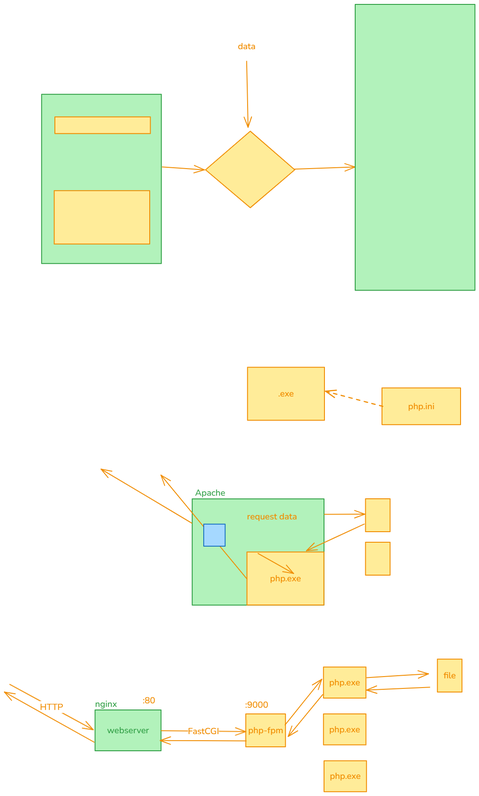
This is img/01.intro.excalidraw.png from silvercodes/P23_web_diploma, a Excalidraw export, as it was before one commit. Source tidied: one line per element, renumbered; positions are measured from the earlier drawing's top-left corner, leaving out a move shared by most shapes.
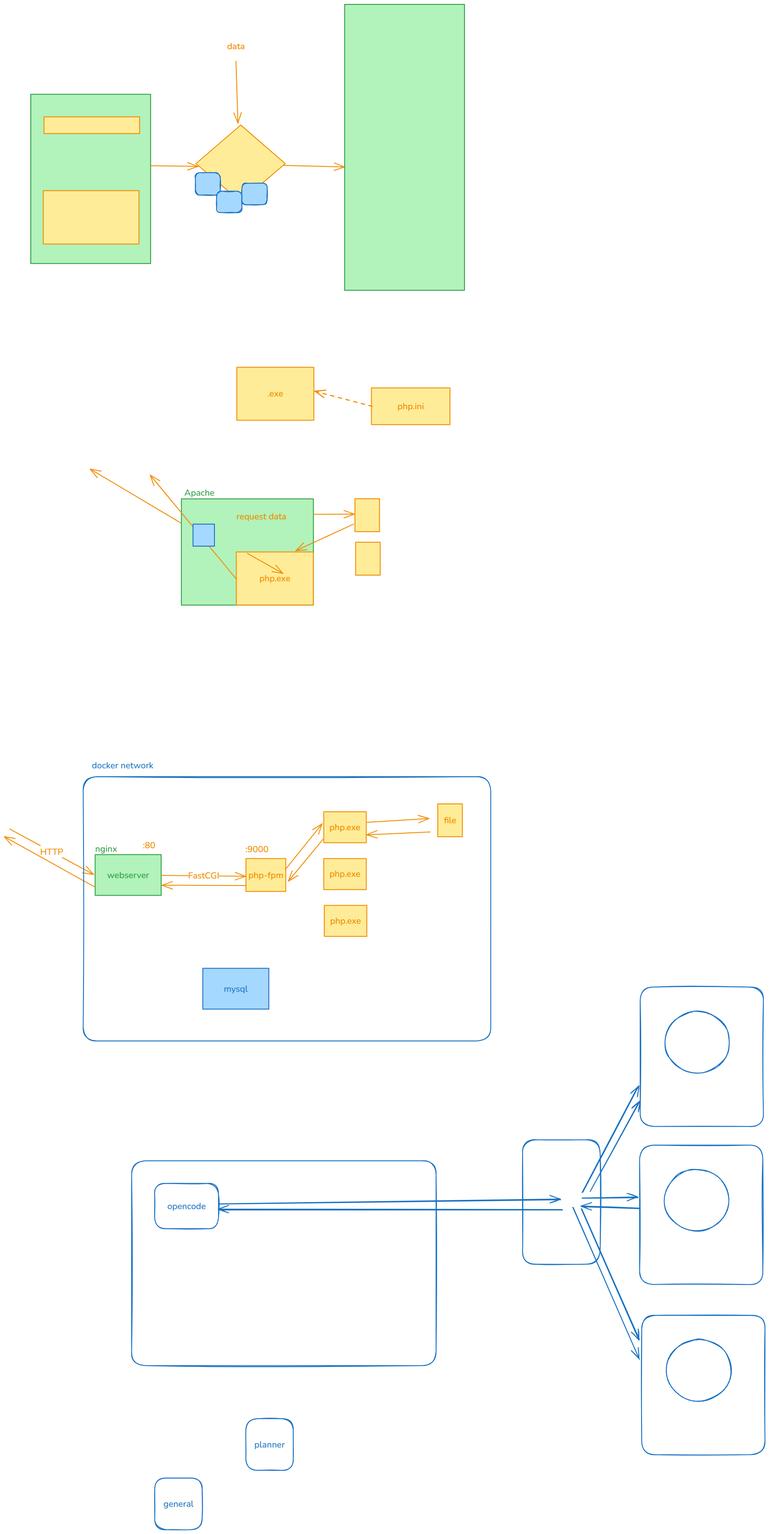
Above is the later version.

The edit, as a diff of the source:
```diff
@@ -3,7 +3,7 @@
 {"id": 2, "type": "rectangle", "strokeColor": "#f08c00", "backgroundColor": "#ffec99", "fillStyle": "solid", "strokeWidth": 2, "roughness": 0, "x": 113, "y": 424, "width": 218, "height": 121}
-{"id": 3, "type": "diamond", "strokeColor": "#f08c00", "backgroundColor": "#ffec99", "fillStyle": "solid", "strokeWidth": 2, "roughness": 0, "x": 458, "y": 289, "width": 203, "height": 174}
+{"id": 3, "type": "diamond", "strokeColor": "#f08c00", "backgroundColor": "#ffec99", "fillStyle": "solid", "strokeWidth": 2, "roughness": 0, "x": 461, "y": 275, "width": 203, "height": 174}
-{"id": 4, "type": "arrow", "strokeColor": "#f08c00", "backgroundColor": "#ffec99", "fillStyle": "solid", "strokeWidth": 2, "roughness": 0, "endArrowhead": "arrow", "round": true, "from": 0, "to": 3, "x": 360, "y": 370, "width": 96, "height": 7, "points": [[0, 0], [96, 7]]}
+{"id": 4, "type": "arrow", "strokeColor": "#f08c00", "backgroundColor": "#ffec99", "fillStyle": "solid", "strokeWidth": 2, "roughness": 0, "endArrowhead": "arrow", "round": true, "from": 0, "to": 3, "x": 359, "y": 368, "width": 107, "height": 2, "points": [[0, 0], [107, 2]]}
-{"id": 5, "type": "arrow", "strokeColor": "#f08c00", "backgroundColor": "#ffec99", "fillStyle": "solid", "strokeWidth": 2, "roughness": 0, "endArrowhead": "arrow", "round": true, "to": 3, "x": 552, "y": 130, "width": 3, "height": 150, "points": [[0, 0], [3, 150]]}
+{"id": 5, "type": "arrow", "strokeColor": "#f08c00", "backgroundColor": "#ffec99", "fillStyle": "solid", "strokeWidth": 2, "roughness": 0, "endArrowhead": "arrow", "round": true, "to": 3, "x": 552, "y": 130, "width": 4, "height": 141, "points": [[0, 0], [4, 141]]}
 {"id": 6, "type": "text", "text": "data", "strokeColor": "#f08c00", "backgroundColor": "#ffec99", "fillStyle": "solid", "strokeWidth": 2, "roughness": 0, "fontSize": 20, "fontFamily": 6, "x": 532, "y": 82, "width": 40, "height": 27}
-{"id": 7, "type": "arrow", "strokeColor": "#f08c00", "backgroundColor": "#ffec99", "fillStyle": "solid", "strokeWidth": 2, "roughness": 0, "endArrowhead": "arrow", "round": true, "from": 3, "x": 660, "y": 375, "width": 139, "height": 5, "points": [[0, 0], [139, -5]]}
+{"id": 7, "type": "arrow", "strokeColor": "#f08c00", "backgroundColor": "#ffec99", "fillStyle": "solid", "strokeWidth": 2, "roughness": 0, "endArrowhead": "arrow", "round": true, "from": 3, "x": 660, "y": 367, "width": 139, "height": 4, "points": [[0, 0], [139, 4]]}
 {"id": 8, "type": "rectangle", "strokeColor": "#2f9e44", "backgroundColor": "#b2f2bb", "fillStyle": "solid", "strokeWidth": 2, "roughness": 0, "x": 799, "y": 0, "width": 273, "height": 651}
@@ -16,3 +16,3 @@
 {"id": 15, "type": "rectangle", "strokeColor": "#f08c00", "backgroundColor": "#ffec99", "fillStyle": "solid", "strokeWidth": 2, "roughness": 0, "x": 823, "y": 1126, "width": 56, "height": 75}
-{"id": 16, "type": "rectangle", "strokeColor": "#f08c00", "backgroundColor": "#ffec99", "fillStyle": "solid", "strokeWidth": 2, "roughness": 0, "x": 823, "y": 1225, "width": 56, "height": 75}
+{"id": 16, "type": "rectangle", "strokeColor": "#f08c00", "backgroundColor": "#ffec99", "fillStyle": "solid", "strokeWidth": 2, "roughness": 0, "x": 824, "y": 1225, "width": 56, "height": 75}
 {"id": 17, "type": "arrow", "strokeColor": "#f08c00", "backgroundColor": "#ffec99", "fillStyle": "solid", "strokeWidth": 2, "roughness": 0, "endArrowhead": "arrow", "round": true, "from": 11, "to": 15, "x": 729, "y": 1161, "width": 92, "height": 0, "points": [[0, 0], [92, 0]]}
@@ -24,25 +24,25 @@
 {"id": 23, "type": "text", "text": "request data", "strokeColor": "#f08c00", "backgroundColor": "#a5d8ff", "fillStyle": "solid", "strokeWidth": 2, "roughness": 0, "fontSize": 20, "fontFamily": 6, "x": 553, "y": 1153, "width": 114, "height": 27}
-{"id": 24, "type": "rectangle", "strokeColor": "#2f9e44", "backgroundColor": "#b2f2bb", "fillStyle": "solid", "strokeWidth": 2, "roughness": 0, "x": 207, "y": 1607, "width": 150, "height": 93}
-{"id": 25, "type": "text", "text": "webserver", "strokeColor": "#2f9e44", "backgroundColor": "#a5d8ff", "fillStyle": "solid", "strokeWidth": 2, "roughness": 0, "fontSize": 20, "fontFamily": 6, "textAlign": "center", "verticalAlign": "middle", "inside": 24, "x": 234, "y": 1640, "width": 96, "height": 27}
+{"id": 52, "type": "rectangle", "strokeColor": "#2f9e44", "backgroundColor": "#b2f2bb", "fillStyle": "solid", "strokeWidth": 2, "roughness": 0, "x": 231, "y": 1937, "width": 150, "height": 93}
+{"id": 53, "type": "text", "text": "webserver", "strokeColor": "#2f9e44", "backgroundColor": "#a5d8ff", "fillStyle": "solid", "strokeWidth": 2, "roughness": 0, "fontSize": 20, "fontFamily": 6, "textAlign": "center", "verticalAlign": "middle", "inside": 52, "x": 259, "y": 1970, "width": 96, "height": 27}
-{"id": 26, "type": "text", "text": "nginx", "strokeColor": "#2f9e44", "backgroundColor": "#a5d8ff", "fillStyle": "solid", "strokeWidth": 2, "roughness": 0, "fontSize": 20, "fontFamily": 6, "x": 207, "y": 1580, "width": 50, "height": 27}
+{"id": 26, "type": "text", "text": "nginx", "strokeColor": "#2f9e44", "backgroundColor": "#a5d8ff", "fillStyle": "solid", "strokeWidth": 2, "roughness": 0, "fontSize": 20, "fontFamily": 6, "x": 231, "y": 1910, "width": 50, "height": 27}
-{"id": 27, "type": "rectangle", "strokeColor": "#f08c00", "backgroundColor": "#ffec99", "fillStyle": "solid", "strokeWidth": 2, "roughness": 0, "x": 550, "y": 1616, "width": 91, "height": 75}
+{"id": 27, "type": "rectangle", "strokeColor": "#f08c00", "backgroundColor": "#ffec99", "fillStyle": "solid", "strokeWidth": 2, "roughness": 0, "x": 575, "y": 1946, "width": 91, "height": 75}
-{"id": 28, "type": "text", "text": "php-fpm", "strokeColor": "#f08c00", "backgroundColor": "#a5d8ff", "fillStyle": "solid", "strokeWidth": 2, "roughness": 0, "fontSize": 20, "fontFamily": 6, "textAlign": "center", "verticalAlign": "middle", "inside": 27, "x": 555, "y": 1640, "width": 80, "height": 27}
+{"id": 28, "type": "text", "text": "php-fpm", "strokeColor": "#f08c00", "backgroundColor": "#a5d8ff", "fillStyle": "solid", "strokeWidth": 2, "roughness": 0, "fontSize": 20, "fontFamily": 6, "textAlign": "center", "verticalAlign": "middle", "inside": 27, "x": 580, "y": 1970, "width": 80, "height": 27}
-{"id": 29, "type": "rectangle", "strokeColor": "#f08c00", "backgroundColor": "#ffec99", "fillStyle": "solid", "strokeWidth": 2, "roughness": 0, "x": 727, "y": 1509, "width": 97, "height": 71}
+{"id": 29, "type": "rectangle", "strokeColor": "#f08c00", "backgroundColor": "#ffec99", "fillStyle": "solid", "strokeWidth": 2, "roughness": 0, "x": 751, "y": 1839, "width": 97, "height": 71}
-{"id": 30, "type": "text", "text": "php.exe", "strokeColor": "#f08c00", "backgroundColor": "#ffec99", "fillStyle": "solid", "strokeWidth": 2, "roughness": 0, "fontSize": 20, "fontFamily": 6, "textAlign": "center", "verticalAlign": "middle", "inside": 29, "x": 740, "y": 1531, "width": 70, "height": 27}
+{"id": 30, "type": "text", "text": "php.exe", "strokeColor": "#f08c00", "backgroundColor": "#ffec99", "fillStyle": "solid", "strokeWidth": 2, "roughness": 0, "fontSize": 20, "fontFamily": 6, "textAlign": "center", "verticalAlign": "middle", "inside": 29, "x": 765, "y": 1861, "width": 70, "height": 27}
-{"id": 31, "type": "rectangle", "strokeColor": "#f08c00", "backgroundColor": "#ffec99", "fillStyle": "solid", "strokeWidth": 2, "roughness": 0, "x": 727, "y": 1616, "width": 97, "height": 71}
+{"id": 31, "type": "rectangle", "strokeColor": "#f08c00", "backgroundColor": "#ffec99", "fillStyle": "solid", "strokeWidth": 2, "roughness": 0, "x": 751, "y": 1946, "width": 97, "height": 71}
-{"id": 32, "type": "text", "text": "php.exe", "strokeColor": "#f08c00", "backgroundColor": "#ffec99", "fillStyle": "solid", "strokeWidth": 2, "roughness": 0, "fontSize": 20, "fontFamily": 6, "textAlign": "center", "verticalAlign": "middle", "inside": 31, "x": 740, "y": 1638, "width": 70, "height": 27}
+{"id": 32, "type": "text", "text": "php.exe", "strokeColor": "#f08c00", "backgroundColor": "#ffec99", "fillStyle": "solid", "strokeWidth": 2, "roughness": 0, "fontSize": 20, "fontFamily": 6, "textAlign": "center", "verticalAlign": "middle", "inside": 31, "x": 765, "y": 1967, "width": 70, "height": 27}
-{"id": 33, "type": "rectangle", "strokeColor": "#f08c00", "backgroundColor": "#ffec99", "fillStyle": "solid", "strokeWidth": 2, "roughness": 0, "x": 728, "y": 1723, "width": 97, "height": 71}
+{"id": 33, "type": "rectangle", "strokeColor": "#f08c00", "backgroundColor": "#ffec99", "fillStyle": "solid", "strokeWidth": 2, "roughness": 0, "x": 753, "y": 2052, "width": 97, "height": 71}
-{"id": 34, "type": "text", "text": "php.exe", "strokeColor": "#f08c00", "backgroundColor": "#ffec99", "fillStyle": "solid", "strokeWidth": 2, "roughness": 0, "fontSize": 20, "fontFamily": 6, "textAlign": "center", "verticalAlign": "middle", "inside": 33, "x": 741, "y": 1744, "width": 70, "height": 27}
+{"id": 34, "type": "text", "text": "php.exe", "strokeColor": "#f08c00", "backgroundColor": "#ffec99", "fillStyle": "solid", "strokeWidth": 2, "roughness": 0, "fontSize": 20, "fontFamily": 6, "textAlign": "center", "verticalAlign": "middle", "inside": 33, "x": 766, "y": 2074, "width": 70, "height": 27}
-{"id": 35, "type": "arrow", "strokeColor": "#f08c00", "backgroundColor": "#ffec99", "fillStyle": "solid", "strokeWidth": 2, "roughness": 0, "endArrowhead": "arrow", "round": true, "to": 24, "x": 12, "y": 1549, "width": 190, "height": 103, "points": [[0, 0], [190, 103]]}
+{"id": 35, "type": "arrow", "strokeColor": "#f08c00", "backgroundColor": "#ffec99", "fillStyle": "solid", "strokeWidth": 2, "roughness": 0, "endArrowhead": "arrow", "round": true, "to": 57, "x": 37, "y": 1878, "width": 190, "height": 103, "points": [[0, 0], [190, 103]]}
 {"id": 36, "type": "text", "text": "HTTP", "strokeColor": "#f08c00", "backgroundColor": "#ffec99", "fillStyle": "solid", "strokeWidth": 2, "roughness": 0, "fontSize": 20, "fontFamily": 6, "textAlign": "center", "verticalAlign": "middle", "inside": 35, "x": 81, "y": 1587, "width": 53, "height": 27}
-{"id": 37, "type": "arrow", "strokeColor": "#f08c00", "backgroundColor": "#ffec99", "fillStyle": "solid", "strokeWidth": 2, "roughness": 0, "endArrowhead": "arrow", "round": true, "from": 24, "to": 27, "x": 357, "y": 1654, "width": 193, "height": 2, "points": [[0, 0], [193, 2]]}
+{"id": 37, "type": "arrow", "strokeColor": "#f08c00", "backgroundColor": "#ffec99", "fillStyle": "solid", "strokeWidth": 2, "roughness": 0, "endArrowhead": "arrow", "round": true, "from": 52, "to": 27, "x": 383, "y": 1984, "width": 191, "height": 2, "points": [[0, 0], [191, 2]]}
 {"id": 38, "type": "text", "text": "FastCGI", "strokeColor": "#f08c00", "backgroundColor": "#ffec99", "fillStyle": "solid", "strokeWidth": 2, "roughness": 0, "fontSize": 20, "fontFamily": 6, "textAlign": "center", "verticalAlign": "middle", "inside": 37, "x": 418, "y": 1642, "width": 71, "height": 27}
-{"id": 39, "type": "arrow", "strokeColor": "#f08c00", "backgroundColor": "#ffec99", "fillStyle": "solid", "strokeWidth": 2, "roughness": 0, "endArrowhead": "arrow", "round": true, "from": 27, "to": 29, "x": 639, "y": 1641, "width": 84, "height": 104, "points": [[0, 0], [84, -104]]}
+{"id": 39, "type": "arrow", "strokeColor": "#f08c00", "backgroundColor": "#ffec99", "fillStyle": "solid", "strokeWidth": 2, "roughness": 0, "endArrowhead": "arrow", "round": true, "from": 27, "to": 29, "x": 664, "y": 1971, "width": 84, "height": 104, "points": [[0, 0], [84, -104]]}
-{"id": 40, "type": "arrow", "strokeColor": "#f08c00", "backgroundColor": "#ffec99", "fillStyle": "solid", "strokeWidth": 2, "roughness": 0, "endArrowhead": "arrow", "round": true, "from": 29, "x": 825, "y": 1533, "width": 140, "height": 9, "points": [[0, 0], [140, -9]]}
+{"id": 40, "type": "arrow", "strokeColor": "#f08c00", "backgroundColor": "#ffec99", "fillStyle": "solid", "strokeWidth": 2, "roughness": 0, "endArrowhead": "arrow", "round": true, "from": 29, "x": 850, "y": 1863, "width": 140, "height": 9, "points": [[0, 0], [140, -9]]}
-{"id": 41, "type": "arrow", "strokeColor": "#f08c00", "backgroundColor": "#ffec99", "fillStyle": "solid", "strokeWidth": 2, "roughness": 0, "endArrowhead": "arrow", "round": true, "to": 29, "x": 969, "y": 1555, "width": 144, "height": 7, "points": [[0, 0], [-144, 7]]}
+{"id": 41, "type": "arrow", "strokeColor": "#f08c00", "backgroundColor": "#ffec99", "fillStyle": "solid", "strokeWidth": 2, "roughness": 0, "endArrowhead": "arrow", "round": true, "to": 29, "x": 994, "y": 1885, "width": 144, "height": 7, "points": [[0, 0], [-144, 7]]}
-{"id": 42, "type": "arrow", "strokeColor": "#f08c00", "backgroundColor": "#ffec99", "fillStyle": "solid", "strokeWidth": 2, "roughness": 0, "endArrowhead": "arrow", "round": true, "from": 29, "to": 27, "x": 725, "y": 1572, "width": 79, "height": 95, "points": [[0, 0], [-79, 95]]}
+{"id": 42, "type": "arrow", "strokeColor": "#f08c00", "backgroundColor": "#ffec99", "fillStyle": "solid", "strokeWidth": 2, "roughness": 0, "endArrowhead": "arrow", "round": true, "from": 29, "to": 27, "x": 750, "y": 1902, "width": 79, "height": 95, "points": [[0, 0], [-79, 95]]}
-{"id": 43, "type": "arrow", "strokeColor": "#f08c00", "backgroundColor": "#ffec99", "fillStyle": "solid", "strokeWidth": 2, "roughness": 0, "endArrowhead": "arrow", "round": true, "from": 27, "to": 24, "x": 551, "y": 1677, "width": 196, "height": 1, "points": [[0, 0], [-196, -1]]}
+{"id": 43, "type": "arrow", "strokeColor": "#f08c00", "backgroundColor": "#ffec99", "fillStyle": "solid", "strokeWidth": 2, "roughness": 0, "endArrowhead": "arrow", "round": true, "from": 27, "to": 52, "x": 574, "y": 2007, "width": 190, "height": 1, "points": [[0, 0], [-190, -1]]}
-{"id": 44, "type": "arrow", "strokeColor": "#f08c00", "backgroundColor": "#ffec99", "fillStyle": "solid", "strokeWidth": 2, "roughness": 0, "endArrowhead": "arrow", "round": true, "from": 24, "x": 204, "y": 1680, "width": 204, "height": 114, "points": [[0, 0], [-204, -114]]}
+{"id": 44, "type": "arrow", "strokeColor": "#f08c00", "backgroundColor": "#ffec99", "fillStyle": "solid", "strokeWidth": 2, "roughness": 0, "endArrowhead": "arrow", "round": true, "from": 57, "x": 230, "y": 2010, "width": 205, "height": 114, "points": [[0, 0], [-205, -114]]}
-{"id": 45, "type": "rectangle", "strokeColor": "#f08c00", "backgroundColor": "#ffec99", "fillStyle": "solid", "strokeWidth": 2, "roughness": 0, "x": 986, "y": 1491, "width": 56, "height": 75}
+{"id": 45, "type": "rectangle", "strokeColor": "#f08c00", "backgroundColor": "#ffec99", "fillStyle": "solid", "strokeWidth": 2, "roughness": 0, "x": 1011, "y": 1821, "width": 56, "height": 75}
-{"id": 46, "type": "text", "text": "file", "strokeColor": "#f08c00", "backgroundColor": "#ffec99", "fillStyle": "solid", "strokeWidth": 2, "roughness": 0, "fontSize": 20, "fontFamily": 6, "textAlign": "center", "verticalAlign": "middle", "inside": 45, "x": 1000, "y": 1515, "width": 28, "height": 27}
+{"id": 46, "type": "text", "text": "file", "strokeColor": "#f08c00", "backgroundColor": "#ffec99", "fillStyle": "solid", "strokeWidth": 2, "roughness": 0, "fontSize": 20, "fontFamily": 6, "textAlign": "center", "verticalAlign": "middle", "inside": 45, "x": 1025, "y": 1845, "width": 28, "height": 27}
 {"id": 47, "type": "rectangle", "strokeColor": "#f08c00", "backgroundColor": "#ffec99", "fillStyle": "solid", "strokeWidth": 2, "roughness": 0, "x": 860, "y": 873, "width": 179, "height": 84}
@@ -50,3 +50,32 @@
 {"id": 49, "type": "arrow", "strokeColor": "#f08c00", "backgroundColor": "#ffec99", "fillStyle": "solid", "strokeWidth": 2, "strokeStyle": "dashed", "roughness": 0, "endArrowhead": "arrow", "round": true, "from": 47, "to": 9, "x": 862, "y": 916, "width": 130, "height": 34, "points": [[0, 0], [-130, -34]]}
-{"id": 50, "type": "text", "text": ":9000", "strokeColor": "#f08c00", "backgroundColor": "#ffec99", "fillStyle": "solid", "strokeWidth": 2, "strokeStyle": "dashed", "roughness": 0, "fontSize": 20, "fontFamily": 6, "x": 548, "y": 1582, "width": 53, "height": 27}
+{"id": 50, "type": "text", "text": ":9000", "strokeColor": "#f08c00", "backgroundColor": "#ffec99", "fillStyle": "solid", "strokeWidth": 2, "strokeStyle": "dashed", "roughness": 0, "fontSize": 20, "fontFamily": 6, "x": 573, "y": 1911, "width": 53, "height": 27}
-{"id": 51, "type": "text", "text": ":80", "strokeColor": "#f08c00", "backgroundColor": "#ffec99", "fillStyle": "solid", "strokeWidth": 2, "strokeStyle": "dashed", "roughness": 0, "fontSize": 20, "fontFamily": 6, "x": 315, "y": 1572, "width": 29, "height": 27}
+{"id": 51, "type": "text", "text": ":80", "strokeColor": "#f08c00", "backgroundColor": "#ffec99", "fillStyle": "solid", "strokeWidth": 2, "strokeStyle": "dashed", "roughness": 0, "fontSize": 20, "fontFamily": 6, "x": 340, "y": 1902, "width": 29, "height": 27}
+{"id": 54, "type": "rectangle", "strokeColor": "#1971c2", "backgroundColor": "#a5d8ff", "fillStyle": "solid", "strokeWidth": 2, "roughness": 1, "round": true, "x": 459, "y": 383, "width": 57, "height": 51}
+{"id": 55, "type": "rectangle", "strokeColor": "#1971c2", "backgroundColor": "#a5d8ff", "fillStyle": "solid", "strokeWidth": 2, "roughness": 1, "round": true, "x": 508, "y": 425, "width": 58, "height": 49}
+{"id": 56, "type": "rectangle", "strokeColor": "#1971c2", "backgroundColor": "#a5d8ff", "fillStyle": "solid", "strokeWidth": 2, "roughness": 1, "round": true, "x": 565, "y": 407, "width": 58, "height": 49}
+{"id": 24, "type": "rectangle", "strokeColor": "#1971c2", "backgroundColor": "#a5d8ff", "fillStyle": "solid", "strokeWidth": 2, "roughness": 0, "x": 476, "y": 2196, "width": 150, "height": 93}
+{"id": 25, "type": "text", "text": "mysql", "strokeColor": "#1971c2", "backgroundColor": "#a5d8ff", "fillStyle": "solid", "strokeWidth": 2, "roughness": 0, "fontSize": 20, "fontFamily": 6, "textAlign": "center", "verticalAlign": "middle", "inside": 24, "x": 524, "y": 2229, "width": 55, "height": 27}
+{"id": 57, "type": "rectangle", "strokeColor": "#1971c2", "strokeWidth": 2, "roughness": 1, "round": true, "x": 204, "y": 1759, "width": 928, "height": 602}
+{"id": 58, "type": "text", "text": "docker network", "strokeColor": "#1971c2", "strokeWidth": 2, "roughness": 1, "fontSize": 20, "fontFamily": 6, "x": 224, "y": 1720, "width": 140, "height": 27}
+{"id": 59, "type": "rectangle", "strokeColor": "#1971c2", "strokeWidth": 2, "roughness": 1, "round": true, "x": 314, "y": 2634, "width": 693, "height": 467}
+{"id": 60, "type": "rectangle", "strokeColor": "#1971c2", "strokeWidth": 2, "roughness": 1, "round": true, "x": 367, "y": 2685, "width": 145, "height": 103}
+{"id": 61, "type": "text", "text": "opencode", "strokeColor": "#1971c2", "strokeWidth": 2, "roughness": 1, "fontSize": 20, "fontFamily": 6, "textAlign": "center", "verticalAlign": "middle", "inside": 60, "x": 396, "y": 2724, "width": 88, "height": 27}
+{"id": 62, "type": "ellipse", "strokeColor": "#1971c2", "strokeWidth": 2, "roughness": 1, "round": true, "x": 1527, "y": 2653, "width": 147, "height": 140}
+{"id": 63, "type": "arrow", "strokeColor": "#1971c2", "strokeWidth": 2, "roughness": 1, "endArrowhead": "arrow", "round": true, "from": 60, "x": 513, "y": 2732, "width": 777, "height": 9, "points": [[0, 0], [777, -9]]}
+{"id": 64, "type": "arrow", "strokeColor": "#1971c2", "strokeWidth": 2, "roughness": 1, "endArrowhead": "arrow", "round": true, "to": 60, "x": 1294, "y": 2746, "width": 781, "height": 0, "points": [[0, 0], [-781, 0]]}
+{"id": 65, "type": "rectangle", "strokeColor": "#1971c2", "strokeWidth": 2, "roughness": 1, "round": true, "x": 1470, "y": 2598, "width": 280, "height": 317}
+{"id": 66, "type": "rectangle", "strokeColor": "#1971c2", "strokeWidth": 2, "roughness": 1, "round": true, "x": 1204, "y": 2586, "width": 176, "height": 284}
+{"id": 67, "type": "ellipse", "strokeColor": "#1971c2", "strokeWidth": 2, "roughness": 1, "round": true, "x": 1528, "y": 2293, "width": 147, "height": 140}
+{"id": 68, "type": "rectangle", "strokeColor": "#1971c2", "strokeWidth": 2, "roughness": 1, "round": true, "x": 1472, "y": 2238, "width": 280, "height": 317}
+{"id": 69, "type": "ellipse", "strokeColor": "#1971c2", "strokeWidth": 2, "roughness": 1, "round": true, "x": 1532, "y": 3041, "width": 147, "height": 140}
+{"id": 70, "type": "rectangle", "strokeColor": "#1971c2", "strokeWidth": 2, "roughness": 1, "round": true, "x": 1475, "y": 2986, "width": 280, "height": 317}
+{"id": 71, "type": "arrow", "strokeColor": "#1971c2", "strokeWidth": 2, "roughness": 1, "endArrowhead": "arrow", "round": true, "to": 70, "x": 1319, "y": 2741, "width": 151, "height": 344, "points": [[0, 0], [151, 344]]}
+{"id": 72, "type": "arrow", "strokeColor": "#1971c2", "strokeWidth": 2, "roughness": 1, "endArrowhead": "arrow", "round": true, "to": 70, "x": 1339, "y": 2742, "width": 131, "height": 299, "points": [[0, 0], [131, 299]]}
+{"id": 73, "type": "arrow", "strokeColor": "#1971c2", "strokeWidth": 2, "roughness": 1, "endArrowhead": "arrow", "round": true, "to": 68, "x": 1340, "y": 2707, "width": 128, "height": 243, "points": [[0, 0], [128, -243]]}
+{"id": 74, "type": "arrow", "strokeColor": "#1971c2", "strokeWidth": 2, "roughness": 1, "endArrowhead": "arrow", "round": true, "from": 66, "to": 68, "x": 1358, "y": 2702, "width": 112, "height": 204, "points": [[0, 0], [112, -204]]}
+{"id": 75, "type": "arrow", "strokeColor": "#1971c2", "strokeWidth": 2, "roughness": 1, "endArrowhead": "arrow", "round": true, "to": 65, "x": 1340, "y": 2718, "width": 128, "height": 1, "points": [[0, 0], [128, -1]]}
+{"id": 76, "type": "arrow", "strokeColor": "#1971c2", "strokeWidth": 2, "roughness": 1, "endArrowhead": "arrow", "round": true, "from": 65, "x": 1470, "y": 2743, "width": 132, "height": 5, "points": [[0, 0], [-132, -5]]}
+{"id": 77, "type": "rectangle", "strokeColor": "#1971c2", "strokeWidth": 2, "roughness": 1, "round": true, "x": 367, "y": 3357, "width": 108, "height": 118}
+{"id": 78, "type": "text", "text": "general", "strokeColor": "#1971c2", "strokeWidth": 2, "roughness": 1, "fontSize": 20, "fontFamily": 6, "textAlign": "center", "verticalAlign": "middle", "inside": 77, "x": 387, "y": 3402, "width": 68, "height": 27}
+{"id": 79, "type": "rectangle", "strokeColor": "#1971c2", "strokeWidth": 2, "roughness": 1, "round": true, "x": 574, "y": 3221, "width": 108, "height": 118}
+{"id": 80, "type": "text", "text": "planner", "strokeColor": "#1971c2", "strokeWidth": 2, "roughness": 1, "fontSize": 20, "fontFamily": 6, "textAlign": "center", "verticalAlign": "middle", "inside": 79, "x": 594, "y": 3267, "width": 69, "height": 27}
```
